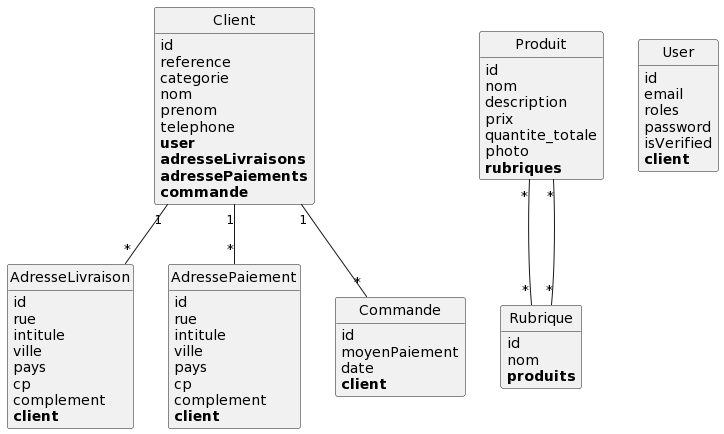
The PlantUML diagram puml/index.png in Maha1201/FR_Symfony, before a commit.
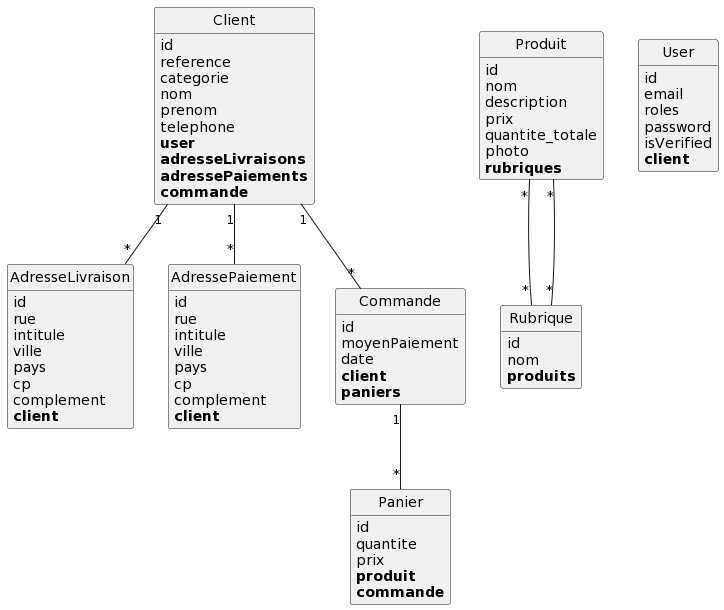
Above is the later version.

Diff of the diagram source:
```diff
@@ -39,6 +39,15 @@
 	moyenPaiement
 	date
 	**client**
+	**paniers**
+}
+
+class Panier {
+	id
+	quantite
+	prix
+	**produit**
+	**commande**
 }
 
 class Produit {
@@ -69,6 +78,7 @@
 Client "1"--"*" AdresseLivraison
 Client "1"--"*" AdressePaiement
 Client "1"--"*" Commande
+Commande "1"--"*" Panier
 Produit "*"--"*" Rubrique
 Rubrique "*"--"*" Produit
 
```
